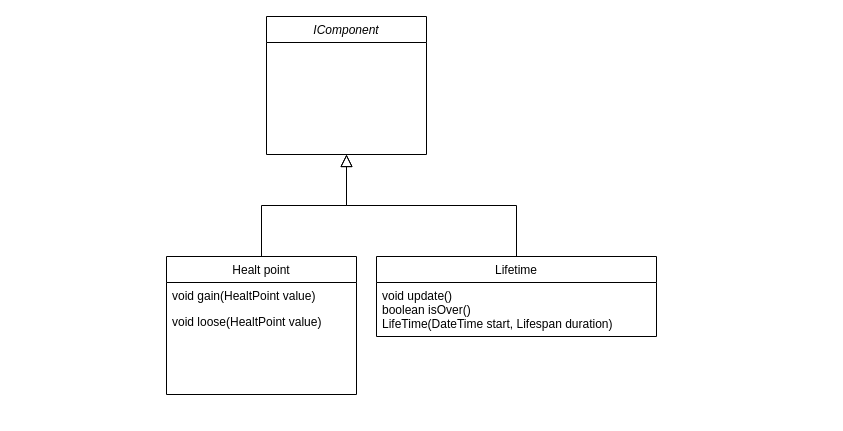
The draw.io diagram page "Components" (2 of 4) of UMLGeneralFramework.drawio in Kragoum/BomberKnight, before the edit. Source tidied: cells renumbered, new cells numbered last; positions are measured from the earlier drawing's top-left corner, leaving out a move shared by most shapes. Both pictures are drawn from the tidied source at 100%, with x=0, y=0 at pixel (166, 16).
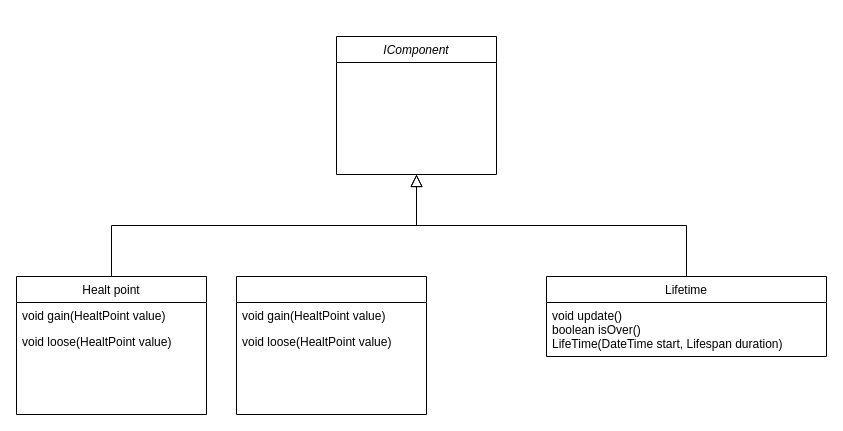
The same diagram, later.

The edit, as a diff of the source:
```diff
@@
 <mxGraphModel>
   <root>
     <mxCell id="0" />
     <mxCell id="1" parent="0" />
     <mxCell id="2" value="IComponent" style="swimlane;fontStyle=2;align=center;verticalAlign=top;horizontal=1;startSize=26;rounded=0;shadow=0;strokeWidth=1;" parent="1" vertex="1">
-      <mxGeometry x="100" width="160" height="138" as="geometry" />
+      <mxGeometry x="170" y="20" width="160" height="138" as="geometry" />
     </mxCell>
     <mxCell id="3" value="Healt point" style="swimlane;fontStyle=0;align=center;verticalAlign=top;horizontal=1;startSize=26;rounded=0;shadow=0;strokeWidth=1;" parent="1" vertex="1">
-      <mxGeometry y="240" width="190" height="138" as="geometry" />
+      <mxGeometry x="-150" y="260" width="190" height="138" as="geometry" />
     </mxCell>
     <mxCell id="4" value="void gain(HealtPoint value)" style="text;align=left;verticalAlign=top;spacingLeft=4;spacingRight=4;overflow=hidden;" parent="3" vertex="1">
       <mxGeometry y="26" width="190" height="26" as="geometry" />
     </mxCell>
     <mxCell id="5" value="void loose(HealtPoint value)" style="text;align=left;verticalAlign=top;spacingLeft=4;spacingRight=4;overflow=hidden;rounded=0;shadow=0;html=0;" parent="3" vertex="1">
       <mxGeometry y="52" width="190" height="26" as="geometry" />
     </mxCell>
     <mxCell id="6" style="endArrow=block;endSize=10;endFill=0;shadow=0;strokeWidth=1;rounded=0;edgeStyle=elbowEdgeStyle;elbow=vertical;" parent="1" edge="1" source="3" target="2">
       <mxGeometry relative="1" as="geometry" />
     </mxCell>
     <mxCell id="7" value="Lifetime" style="swimlane;fontStyle=0;align=center;verticalAlign=top;horizontal=1;startSize=26;rounded=0;shadow=0;strokeWidth=1;" parent="1" vertex="1">
-      <mxGeometry x="210" y="240" width="280" height="80" as="geometry" />
+      <mxGeometry x="380" y="260" width="280" height="80" as="geometry" />
     </mxCell>
     <mxCell id="8" value="void update()&#10;boolean isOver()&#10;LifeTime(DateTime start, Lifespan duration)" style="text;align=left;verticalAlign=top;spacingLeft=4;spacingRight=4;overflow=hidden;" parent="7" vertex="1">
       <mxGeometry y="26" width="280" height="54" as="geometry" />
     </mxCell>
     <mxCell id="9" style="endArrow=block;endSize=10;endFill=0;shadow=0;strokeWidth=1;rounded=0;edgeStyle=elbowEdgeStyle;elbow=vertical;" parent="1" edge="1" source="7" target="2">
       <mxGeometry relative="1" as="geometry" />
     </mxCell>
+    <mxCell id="10" style="swimlane;fontStyle=0;align=center;verticalAlign=top;horizontal=1;startSize=26;rounded=0;shadow=0;strokeWidth=1;" parent="1" vertex="1">
+      <mxGeometry x="70" y="260" width="190" height="138" as="geometry" />
+    </mxCell>
+    <mxCell id="11" value="void gain(HealtPoint value)" style="text;align=left;verticalAlign=top;spacingLeft=4;spacingRight=4;overflow=hidden;" parent="10" vertex="1">
+      <mxGeometry y="26" width="190" height="26" as="geometry" />
+    </mxCell>
+    <mxCell id="12" value="void loose(HealtPoint value)" style="text;align=left;verticalAlign=top;spacingLeft=4;spacingRight=4;overflow=hidden;rounded=0;shadow=0;html=0;" parent="10" vertex="1">
+      <mxGeometry y="52" width="190" height="26" as="geometry" />
+    </mxCell>
   </root>
 </mxGraphModel>
```
